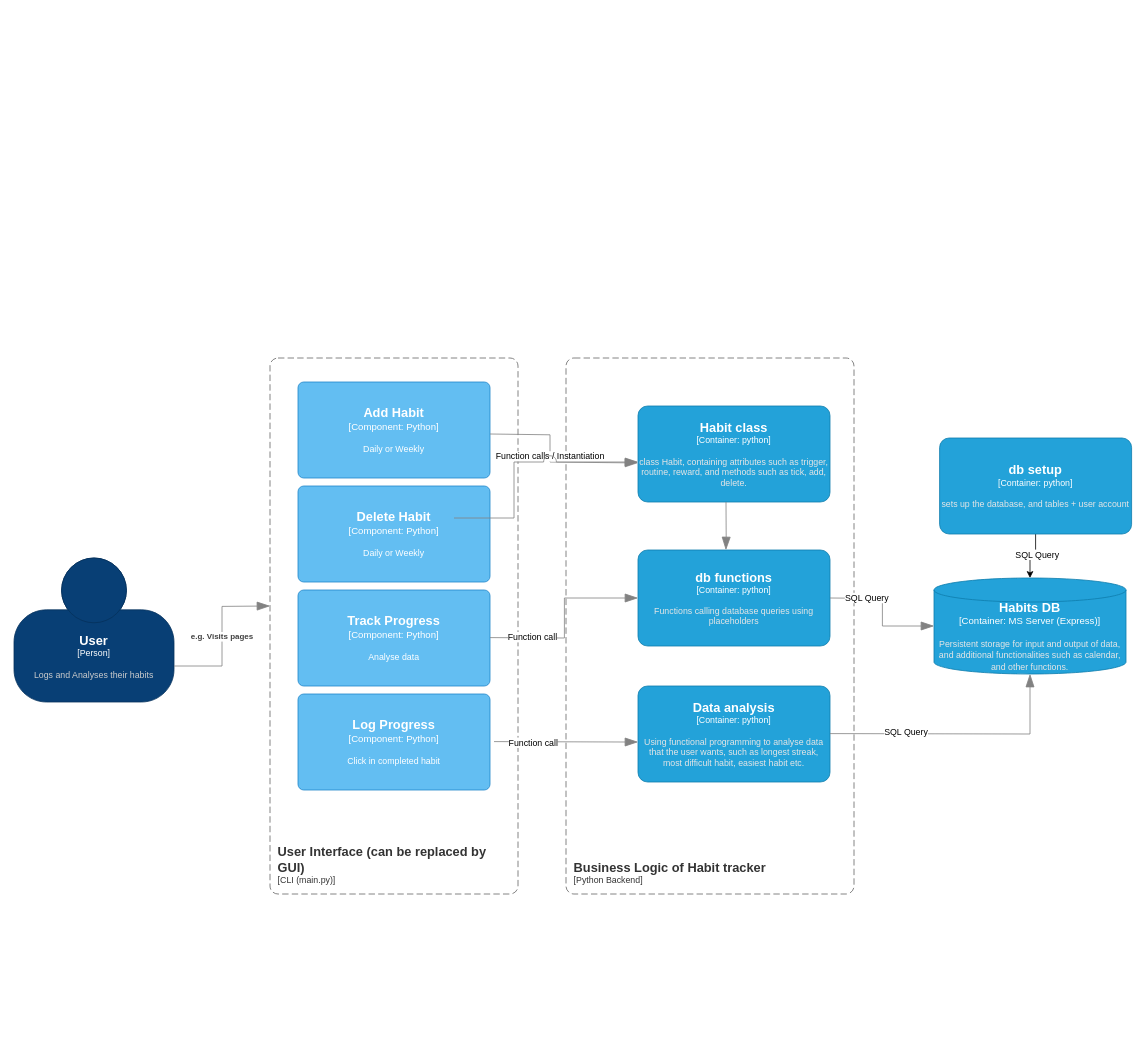
Before: Documentation/Usr_flow.drawio in viquta/habit_replacer_tracker, a draw.io diagram. Source tidied: cells renumbered, new cells numbered last; positions are measured from the earlier drawing's top-left corner, leaving out a move shared by most shapes. Both pictures are drawn from the tidied source at 80%, with x=0, y=0 at pixel (14, 358).
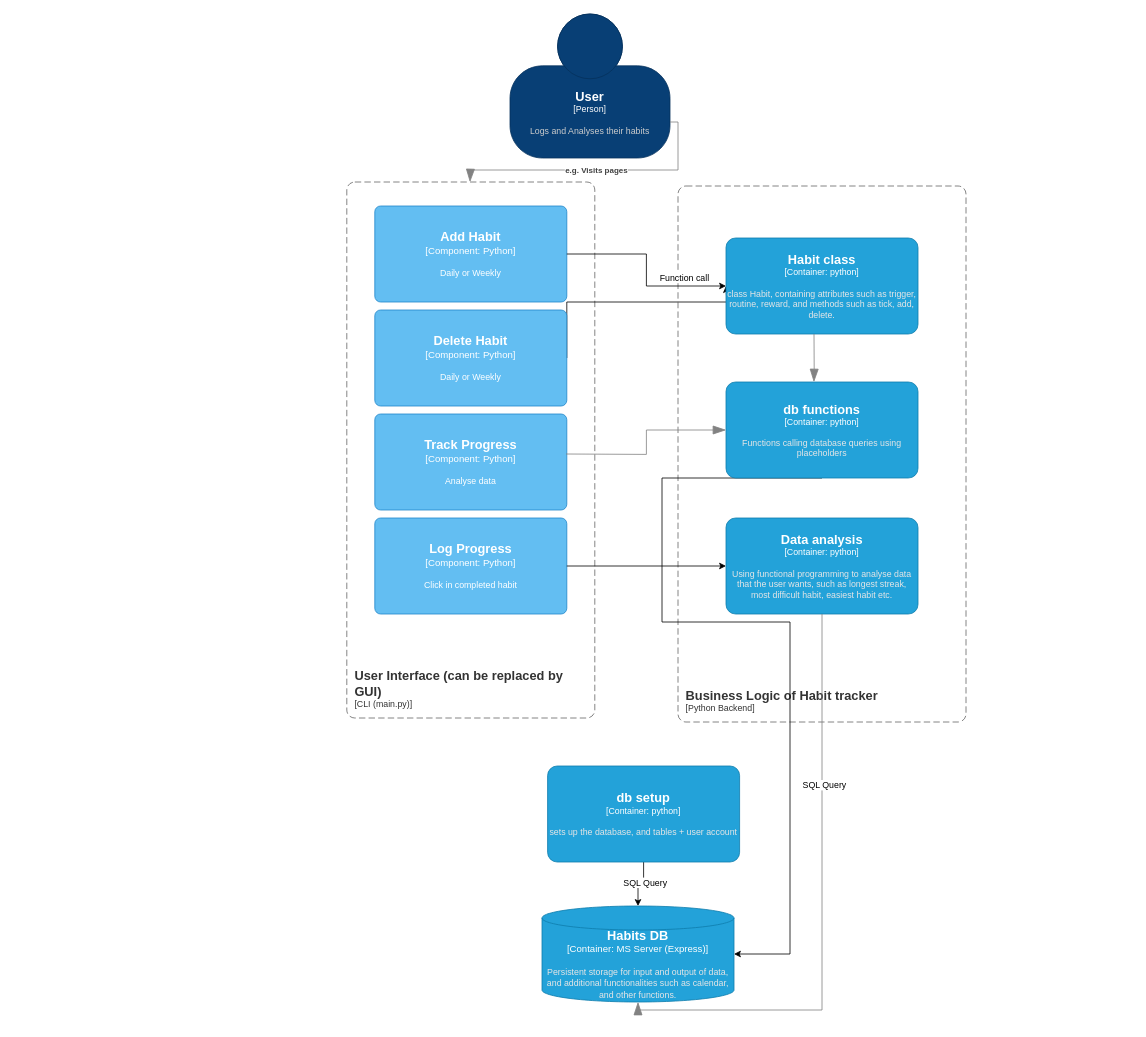
After the change.

Diff of the diagram source:
```diff
@@
     <object id="2" label="&lt;font style=&quot;font-size: 16px&quot;&gt;&lt;b&gt;%c4Name%&lt;/b&gt;&lt;/font&gt;&lt;div&gt;[%c4Type%]&lt;/div&gt;&lt;br&gt;&lt;div&gt;&lt;font style=&quot;font-size: 11px&quot;&gt;&lt;font color=&quot;#cccccc&quot;&gt;%c4Description%&lt;/font&gt;&lt;/div&gt;" c4Description="Logs and Analyses their habits" c4Name="User" c4Type="Person" placeholders="1">
       <mxCell style="html=1;fontSize=11;dashed=0;whiteSpace=wrap;fillColor=#083F75;strokeColor=#06315C;fontColor=#ffffff;shape=mxgraph.c4.person2;align=center;points=[[0.5,0,0],[1,0.5,0],[1,0.75,0],[0.75,1,0],[0.5,1,0],[0.25,1,0],[0,0.75,0],[0,0.5,0]];" parent="1" vertex="1">
-        <mxGeometry y="250" width="200" height="180" as="geometry" />
+        <mxGeometry x="620" y="-430" width="200" height="180" as="geometry" />
       </mxCell>
     </object>
     <object id="3" label="&lt;font style=&quot;font-size: 16px&quot;&gt;&lt;b&gt;%c4Name%&lt;/b&gt;&lt;/font&gt;&lt;div&gt;[%c4Type%:&amp;nbsp;%c4Technology%]&lt;/div&gt;&lt;br&gt;&lt;div&gt;&lt;font style=&quot;font-size: 11px&quot;&gt;&lt;font color=&quot;#E6E6E6&quot;&gt;%c4Description%&lt;/font&gt;&lt;/div&gt;" c4Description="Persistent storage for input and output of data, and additional functionalities such as calendar, and other functions.  " c4Name="Habits DB" c4Technology="MS Server (Express)" c4Type="Container" placeholders="1">
       <mxCell style="shape=cylinder3;size=15;whiteSpace=wrap;html=1;boundedLbl=1;rounded=0;labelBackgroundColor=none;fillColor=#23A2D9;fontSize=12;fontColor=#ffffff;align=center;strokeColor=#0E7DAD;points=[[0.5,0,0],[1,0.25,0],[1,0.5,0],[1,0.75,0],[0.5,1,0],[0,0.75,0],[0,0.5,0],[0,0.25,0]];" parent="1" vertex="1">
-        <mxGeometry x="1150" y="275" width="240" height="120" as="geometry" />
+        <mxGeometry x="660" y="685" width="240" height="120" as="geometry" />
       </mxCell>
     </object>
     <object id="4" label="&lt;font style=&quot;font-size: 16px&quot;&gt;&lt;b&gt;&lt;div style=&quot;text-align: left&quot;&gt;%c4Name%&lt;/div&gt;&lt;/b&gt;&lt;/font&gt;&lt;div style=&quot;text-align: left&quot;&gt;[%c4Application%]&lt;/div&gt;" c4Application="CLI (main.py)" c4Name="User Interface (can be replaced by GUI)" placeholders="1">
       <mxCell style="rounded=1;fontSize=11;whiteSpace=wrap;html=1;dashed=1;arcSize=20;fillColor=none;strokeColor=#666666;fontColor=#333333;labelBackgroundColor=none;align=left;verticalAlign=bottom;labelBorderColor=none;spacingTop=0;spacing=10;dashPattern=8 4;perimeter=rectanglePerimeter;noLabel=0;labelPadding=0;absoluteArcSize=1;" parent="1" vertex="1">
-        <mxGeometry x="320" width="310" height="670" as="geometry" />
+        <mxGeometry x="416" y="-220" width="310" height="670" as="geometry" />
       </mxCell>
     </object>
     <object id="5" label="&lt;font style=&quot;font-size: 16px&quot;&gt;&lt;b&gt;%c4Name%&lt;/b&gt;&lt;/font&gt;&lt;div&gt;[%c4Type%: %c4Technology%]&lt;/div&gt;&lt;br&gt;&lt;div&gt;&lt;font style=&quot;font-size: 11px&quot;&gt;%c4Description%&lt;/font&gt;&lt;/div&gt;" c4Description="Daily or Weekly" c4Name="Add Habit" c4Technology="Python" c4Type="Component" placeholders="1">
       <mxCell style="rounded=1;whiteSpace=wrap;html=1;labelBackgroundColor=none;fillColor=#63BEF2;fontColor=#ffffff;align=center;arcSize=6;strokeColor=#2086C9;points=[[0.25,0,0],[0.5,0,0],[0.75,0,0],[1,0.25,0],[1,0.5,0],[1,0.75,0],[0.75,1,0],[0.5,1,0],[0.25,1,0],[0,0.75,0],[0,0.5,0],[0,0.25,0]];" parent="1" vertex="1">
-        <mxGeometry x="355" y="30" width="240" height="120" as="geometry" />
+        <mxGeometry x="451" y="-190" width="240" height="120" as="geometry" />
       </mxCell>
     </object>
+    <mxCell id="29" style="edgeStyle=orthogonalEdgeStyle;rounded=0;jettySize=auto;html=1;exitX=1;exitY=0.5;exitDx=0;exitDy=0;exitPerimeter=0;" parent="1" edge="1" source="6">
+      <mxGeometry relative="1" as="geometry">
+        <mxPoint x="890" y="-90" as="targetPoint" />
+        <Array as="points">
+          <mxPoint x="691" y="-70" />
+          <mxPoint x="891" y="-70" />
+          <mxPoint x="891" y="-90" />
+        </Array>
+      </mxGeometry>
+    </mxCell>
     <object id="6" label="&lt;font style=&quot;font-size: 16px&quot;&gt;&lt;b&gt;%c4Name%&lt;/b&gt;&lt;/font&gt;&lt;div&gt;[%c4Type%: %c4Technology%]&lt;/div&gt;&lt;br&gt;&lt;div&gt;&lt;font style=&quot;font-size: 11px&quot;&gt;%c4Description%&lt;/font&gt;&lt;/div&gt;" c4Description="Daily or Weekly" c4Name="Delete Habit" c4Technology="Python" c4Type="Component" placeholders="1">
       <mxCell style="rounded=1;whiteSpace=wrap;html=1;labelBackgroundColor=none;fillColor=#63BEF2;fontColor=#ffffff;align=center;arcSize=6;strokeColor=#2086C9;points=[[0.25,0,0],[0.5,0,0],[0.75,0,0],[1,0.25,0],[1,0.5,0],[1,0.75,0],[0.75,1,0],[0.5,1,0],[0.25,1,0],[0,0.75,0],[0,0.5,0],[0,0.25,0]];" parent="1" vertex="1">
-        <mxGeometry x="355" y="160" width="240" height="120" as="geometry" />
+        <mxGeometry x="451" y="-60" width="240" height="120" as="geometry" />
       </mxCell>
     </object>
     <object id="7" label="&lt;font style=&quot;font-size: 16px&quot;&gt;&lt;b&gt;%c4Name%&lt;/b&gt;&lt;/font&gt;&lt;div&gt;[%c4Type%: %c4Technology%]&lt;/div&gt;&lt;br&gt;&lt;div&gt;&lt;font style=&quot;font-size: 11px&quot;&gt;%c4Description%&lt;/font&gt;&lt;/div&gt;" c4Description="Analyse data" c4Name="Track Progress" c4Technology="Python" c4Type="Component" placeholders="1">
       <mxCell style="rounded=1;whiteSpace=wrap;html=1;labelBackgroundColor=none;fillColor=#63BEF2;fontColor=#ffffff;align=center;arcSize=6;strokeColor=#2086C9;" parent="1" vertex="1">
-        <mxGeometry x="355" y="290" width="240" height="120" as="geometry" />
+        <mxGeometry x="451" y="70" width="240" height="120" as="geometry" />
       </mxCell>
     </object>
     <object id="8" label="&lt;font style=&quot;font-size: 16px&quot;&gt;&lt;b&gt;%c4Name%&lt;/b&gt;&lt;/font&gt;&lt;div&gt;[%c4Type%: %c4Technology%]&lt;/div&gt;&lt;br&gt;&lt;div&gt;&lt;font style=&quot;font-size: 11px&quot;&gt;%c4Description%&lt;/font&gt;&lt;/div&gt;" c4Description="Click in completed habit" c4Name="Log Progress" c4Technology="Python" c4Type="Component" placeholders="1">
       <mxCell style="rounded=1;whiteSpace=wrap;html=1;labelBackgroundColor=none;fillColor=#63BEF2;fontColor=#ffffff;align=center;arcSize=6;strokeColor=#2086C9;points=[[0.25,0,0],[0.5,0,0],[0.75,0,0],[1,0.25,0],[1,0.5,0],[1,0.75,0],[0.75,1,0],[0.5,1,0],[0.25,1,0],[0,0.75,0],[0,0.5,0],[0,0.25,0]];" parent="1" vertex="1">
-        <mxGeometry x="355" y="420" width="240" height="120" as="geometry" />
+        <mxGeometry x="451" y="200" width="240" height="120" as="geometry" />
       </mxCell>
     </object>
     <object id="9" label="&lt;font style=&quot;font-size: 16px&quot;&gt;&lt;b&gt;&lt;div style=&quot;text-align: left&quot;&gt;%c4Name%&lt;/div&gt;&lt;/b&gt;&lt;/font&gt;&lt;div style=&quot;text-align: left&quot;&gt;[%c4Application%]&lt;/div&gt;" c4Application="Python Backend" c4Name="Business Logic of Habit tracker" placeholders="1">
       <mxCell style="rounded=1;fontSize=11;whiteSpace=wrap;html=1;dashed=1;arcSize=20;fillColor=none;strokeColor=#666666;fontColor=#333333;labelBackgroundColor=none;align=left;verticalAlign=bottom;labelBorderColor=none;spacingTop=0;spacing=10;dashPattern=8 4;perimeter=rectanglePerimeter;noLabel=0;labelPadding=0;absoluteArcSize=1;" parent="1" vertex="1">
-        <mxGeometry x="690" width="360" height="670" as="geometry" />
+        <mxGeometry x="830" y="-215" width="360" height="670" as="geometry" />
       </mxCell>
     </object>
@@
     <object id="12" label="&lt;font style=&quot;font-size: 16px&quot;&gt;&lt;b&gt;%c4Name%&lt;/b&gt;&lt;/font&gt;&lt;div&gt;[%c4Type%: %c4Technology%]&lt;/div&gt;&lt;br&gt;&lt;div&gt;&lt;font style=&quot;font-size: 11px&quot;&gt;&lt;font color=&quot;#E6E6E6&quot;&gt;%c4Description%&lt;/font&gt;&lt;/div&gt;" c4Description="sets up the database, and tables + user account" c4Name="db setup" c4Technology="python" c4Type="Container" placeholders="1">
       <mxCell style="rounded=1;whiteSpace=wrap;html=1;fontSize=11;labelBackgroundColor=none;fillColor=#23A2D9;fontColor=#ffffff;align=center;arcSize=10;strokeColor=#0E7DAD;points=[[0.25,0,0],[0.5,0,0],[0.75,0,0],[1,0.25,0],[1,0.5,0],[1,0.75,0],[0.75,1,0],[0.5,1,0],[0.25,1,0],[0,0.75,0],[0,0.5,0],[0,0.25,0]];" parent="1" vertex="1">
-        <mxGeometry x="1157" y="100" width="240" height="120" as="geometry" />
+        <mxGeometry x="667" y="510" width="240" height="120" as="geometry" />
       </mxCell>
     </object>
+    <mxCell id="30" style="edgeStyle=orthogonalEdgeStyle;rounded=0;jettySize=auto;html=1;exitX=0.5;exitY=1;exitDx=0;exitDy=0;exitPerimeter=0;entryX=1;entryY=0.5;entryDx=0;entryDy=0;entryPerimeter=0;" parent="1" edge="1" source="13" target="3">
+      <mxGeometry relative="1" as="geometry">
+        <Array as="points">
+          <mxPoint x="810" y="150" />
+          <mxPoint x="810" y="330" />
+          <mxPoint x="970" y="330" />
+          <mxPoint x="970" y="745" />
+        </Array>
+      </mxGeometry>
+    </mxCell>
     <object id="13" label="&lt;font style=&quot;font-size: 16px&quot;&gt;&lt;b&gt;%c4Name%&lt;/b&gt;&lt;/font&gt;&lt;div&gt;[%c4Type%: %c4Technology%]&lt;/div&gt;&lt;br&gt;&lt;div&gt;&lt;font style=&quot;font-size: 11px&quot;&gt;&lt;font color=&quot;#E6E6E6&quot;&gt;%c4Description%&lt;/font&gt;&lt;/div&gt;" c4Description="Functions calling database queries using placeholders" c4Name="db functions" c4Technology="python" c4Type="Container" placeholders="1">
       <mxCell style="rounded=1;whiteSpace=wrap;html=1;fontSize=11;labelBackgroundColor=none;fillColor=#23A2D9;fontColor=#ffffff;align=center;arcSize=10;strokeColor=#0E7DAD;points=[[0.25,0,0],[0.5,0,0],[0.75,0,0],[1,0.25,0],[1,0.5,0],[1,0.75,0],[0.75,1,0],[0.5,1,0],[0.25,1,0],[0,0.75,0],[0,0.5,0],[0,0.25,0]];" parent="1" vertex="1">
-        <mxGeometry x="780" y="240" width="240" height="120" as="geometry" />
+        <mxGeometry x="890" y="30" width="240" height="120" as="geometry" />
       </mxCell>
     </object>
     <object id="14" label="&lt;font style=&quot;font-size: 16px&quot;&gt;&lt;b&gt;%c4Name%&lt;/b&gt;&lt;/font&gt;&lt;div&gt;[%c4Type%: %c4Technology%]&lt;/div&gt;&lt;br&gt;&lt;div&gt;&lt;font style=&quot;font-size: 11px&quot;&gt;&lt;font color=&quot;#E6E6E6&quot;&gt;%c4Description%&lt;/font&gt;&lt;/div&gt;" c4Description="class Habit, containing attributes such as trigger, routine, reward, and methods such as tick, add, delete. " c4Name="Habit class" c4Technology="python" c4Type="Container" placeholders="1">
       <mxCell style="rounded=1;whiteSpace=wrap;html=1;fontSize=11;labelBackgroundColor=none;fillColor=#23A2D9;fontColor=#ffffff;align=center;arcSize=10;strokeColor=#0E7DAD;points=[[0.25,0,0],[0.5,0,0],[0.75,0,0],[1,0.25,0],[1,0.5,0],[1,0.75,0],[0.75,1,0],[0.5,1,0],[0.25,1,0],[0,0.75,0],[0,0.5,0],[0,0.25,0]];" parent="1" vertex="1">
-        <mxGeometry x="780" y="60" width="240" height="120" as="geometry" />
+        <mxGeometry x="890" y="-150" width="240" height="120" as="geometry" />
       </mxCell>
     </object>
     <object id="15" label="&lt;font style=&quot;font-size: 16px&quot;&gt;&lt;b&gt;%c4Name%&lt;/b&gt;&lt;/font&gt;&lt;div&gt;[%c4Type%: %c4Technology%]&lt;/div&gt;&lt;br&gt;&lt;div&gt;&lt;font style=&quot;font-size: 11px&quot;&gt;&lt;font color=&quot;#E6E6E6&quot;&gt;%c4Description%&lt;/font&gt;&lt;/div&gt;" c4Description="Using functional programming to analyse data that the user wants, such as longest streak, most difficult habit, easiest habit etc. " c4Name="Data analysis" c4Technology="python" c4Type="Container" placeholders="1">
       <mxCell style="rounded=1;whiteSpace=wrap;html=1;fontSize=11;labelBackgroundColor=none;fillColor=#23A2D9;fontColor=#ffffff;align=center;arcSize=10;strokeColor=#0E7DAD;points=[[0.25,0,0],[0.5,0,0],[0.75,0,0],[1,0.25,0],[1,0.5,0],[1,0.75,0],[0.75,1,0],[0.5,1,0],[0.25,1,0],[0,0.75,0],[0,0.5,0],[0,0.25,0]];" parent="1" vertex="1">
-        <mxGeometry x="780" y="410" width="240" height="120" as="geometry" />
+        <mxGeometry x="890" y="200" width="240" height="120" as="geometry" />
       </mxCell>
     </object>
     <object id="16" label="&lt;div style=&quot;text-align: left&quot;&gt;&lt;div style=&quot;text-align: center&quot;&gt;&lt;b&gt;%c4Description%&lt;/b&gt;&lt;/div&gt;" c4Description="e.g. Visits pages" placeholders="1">
       <mxCell style="endArrow=blockThin;html=1;fontSize=10;fontColor=#404040;strokeWidth=1;endFill=1;strokeColor=#828282;elbow=vertical;endSize=14;startSize=14;jumpStyle=arc;jumpSize=16;rounded=0;edgeStyle=orthogonalEdgeStyle;exitX=1;exitY=0.75;exitDx=0;exitDy=0;exitPerimeter=0;" parent="1" edge="1" source="2">
         <mxGeometry relative="1" as="geometry">
-          <mxPoint x="320" y="310" as="targetPoint" />
+          <mxPoint x="570" y="-220" as="targetPoint" />
         </mxGeometry>
       </mxCell>
     </object>
-    <mxCell id="17" style="endArrow=blockThin;html=1;fontSize=10;fontColor=#404040;strokeWidth=1;endFill=1;strokeColor=#828282;elbow=vertical;endSize=14;startSize=14;jumpStyle=arc;jumpSize=16;rounded=0;edgeStyle=orthogonalEdgeStyle;exitX=1;exitY=0.5;exitDx=0;exitDy=0;exitPerimeter=0;entryX=0;entryY=0.592;entryDx=0;entryDy=0;entryPerimeter=0;" parent="1" edge="1" target="14">
-      <mxGeometry relative="1" as="geometry">
-        <mxPoint x="595" y="95" as="sourcePoint" />
-        <Array as="points">
-          <mxPoint x="595" y="96" />
-          <mxPoint x="670" y="96" />
-          <mxPoint x="670" y="130" />
-          <mxPoint x="740" y="130" />
-          <mxPoint x="740" y="131" />
-        </Array>
-      </mxGeometry>
-    </mxCell>
-    <mxCell id="18" value="Function calls / Instantiation" style="edgeLabel;html=1;align=center;verticalAlign=middle;" parent="17" vertex="1">
-      <mxGeometry x="-0.08" y="-1" relative="1" as="geometry" />
-    </mxCell>
-    <mxCell id="19" style="endArrow=blockThin;html=1;fontSize=10;fontColor=#404040;strokeWidth=1;endFill=1;strokeColor=#828282;elbow=vertical;endSize=14;startSize=14;jumpStyle=arc;jumpSize=16;rounded=0;edgeStyle=orthogonalEdgeStyle;exitX=1;exitY=0.5;exitDx=0;exitDy=0;exitPerimeter=0;" parent="1" edge="1">
-      <mxGeometry relative="1" as="geometry">
-        <mxPoint x="550" y="200" as="sourcePoint" />
-        <mxPoint x="780" y="130" as="targetPoint" />
-        <Array as="points">
-          <mxPoint x="625" y="200" />
-          <mxPoint x="625" y="130" />
-          <mxPoint x="750" y="130" />
-        </Array>
-      </mxGeometry>
-    </mxCell>
-    <mxCell id="20" style="endArrow=blockThin;html=1;fontSize=10;fontColor=#404040;strokeWidth=1;endFill=1;strokeColor=#828282;elbow=vertical;endSize=14;startSize=14;jumpStyle=arc;jumpSize=16;rounded=0;edgeStyle=orthogonalEdgeStyle;entryX=0;entryY=0.5;entryDx=0;entryDy=0;entryPerimeter=0;" parent="1" edge="1" target="3">
-      <mxGeometry relative="1" as="geometry">
-        <mxPoint x="1020" y="300" as="sourcePoint" />
-      </mxGeometry>
-    </mxCell>
-    <mxCell id="21" value="SQL Query" style="edgeLabel;html=1;align=center;verticalAlign=middle;" parent="20" vertex="1">
-      <mxGeometry x="-0.45" y="1" relative="1" as="geometry" />
-    </mxCell>
-    <mxCell id="22" style="endArrow=blockThin;html=1;fontSize=10;fontColor=#404040;strokeWidth=1;endFill=1;strokeColor=#828282;elbow=vertical;endSize=14;startSize=14;jumpStyle=arc;jumpSize=16;rounded=0;edgeStyle=orthogonalEdgeStyle;entryX=0.5;entryY=1;entryDx=0;entryDy=0;entryPerimeter=0;" parent="1" edge="1" target="3">
-      <mxGeometry relative="1" as="geometry">
-        <mxPoint x="1020" y="469.5" as="sourcePoint" />
-      </mxGeometry>
+    <mxCell id="22" style="endArrow=blockThin;html=1;fontSize=10;fontColor=#404040;strokeWidth=1;endFill=1;strokeColor=#828282;elbow=vertical;endSize=14;startSize=14;jumpStyle=arc;jumpSize=16;rounded=0;edgeStyle=orthogonalEdgeStyle;entryX=0.5;entryY=1;entryDx=0;entryDy=0;entryPerimeter=0;exitX=0.5;exitY=1;exitDx=0;exitDy=0;exitPerimeter=0;" parent="1" edge="1" source="15" target="3">
+      <mxGeometry relative="1" as="geometry" />
     </mxCell>
@@
-    <mxCell id="24" style="endArrow=blockThin;html=1;fontSize=10;fontColor=#404040;strokeWidth=1;endFill=1;strokeColor=#828282;elbow=vertical;endSize=14;startSize=14;jumpStyle=arc;jumpSize=16;rounded=0;edgeStyle=orthogonalEdgeStyle;" parent="1" edge="1">
-      <mxGeometry relative="1" as="geometry">
-        <mxPoint x="600" y="479.5" as="sourcePoint" />
-        <mxPoint x="780" y="480" as="targetPoint" />
-      </mxGeometry>
-    </mxCell>
-    <mxCell id="25" value="Function call" style="edgeLabel;html=1;align=center;verticalAlign=middle;" parent="24" vertex="1">
-      <mxGeometry x="-0.46" y="-1" relative="1" as="geometry" />
-    </mxCell>
     <mxCell id="26" style="endArrow=blockThin;html=1;fontSize=10;fontColor=#404040;strokeWidth=1;endFill=1;strokeColor=#828282;elbow=vertical;endSize=14;startSize=14;jumpStyle=arc;jumpSize=16;rounded=0;edgeStyle=orthogonalEdgeStyle;entryX=0;entryY=0.5;entryDx=0;entryDy=0;entryPerimeter=0;" parent="1" edge="1" target="13">
       <mxGeometry relative="1" as="geometry">
-        <mxPoint x="595" y="349.5" as="sourcePoint" />
+        <mxPoint x="690" y="120" as="sourcePoint" />
       </mxGeometry>
     </mxCell>
     <mxCell id="27" value="Function call" style="edgeLabel;html=1;align=center;verticalAlign=middle;" parent="26" vertex="1">
-      <mxGeometry x="-0.56" y="1" relative="1" as="geometry" />
+      <mxGeometry x="-0.56" y="1" relative="1" as="geometry">
+        <mxPoint x="96" y="-220" as="offset" />
+      </mxGeometry>
     </mxCell>
     <mxCell id="28" style="endArrow=blockThin;html=1;fontSize=10;fontColor=#404040;strokeWidth=1;endFill=1;strokeColor=#828282;elbow=vertical;endSize=14;startSize=14;jumpStyle=arc;jumpSize=16;rounded=0;edgeStyle=orthogonalEdgeStyle;entryX=0.458;entryY=0;entryDx=0;entryDy=0;entryPerimeter=0;" parent="1" edge="1" target="13">
       <mxGeometry relative="1" as="geometry">
-        <mxPoint x="890" y="180" as="sourcePoint" />
+        <mxPoint x="1000" y="-30" as="sourcePoint" />
       </mxGeometry>
     </mxCell>
+    <mxCell id="31" style="edgeStyle=orthogonalEdgeStyle;rounded=0;jettySize=auto;html=1;exitX=1;exitY=0.5;exitDx=0;exitDy=0;exitPerimeter=0;entryX=0;entryY=0.5;entryDx=0;entryDy=0;entryPerimeter=0;" parent="1" edge="1" source="5" target="14">
+      <mxGeometry relative="1" as="geometry" />
+    </mxCell>
+    <mxCell id="32" style="edgeStyle=orthogonalEdgeStyle;rounded=0;jettySize=auto;html=1;exitX=1;exitY=0.5;exitDx=0;exitDy=0;exitPerimeter=0;entryX=0;entryY=0.5;entryDx=0;entryDy=0;entryPerimeter=0;" parent="1" edge="1" source="8" target="15">
+      <mxGeometry relative="1" as="geometry" />
+    </mxCell>
```
